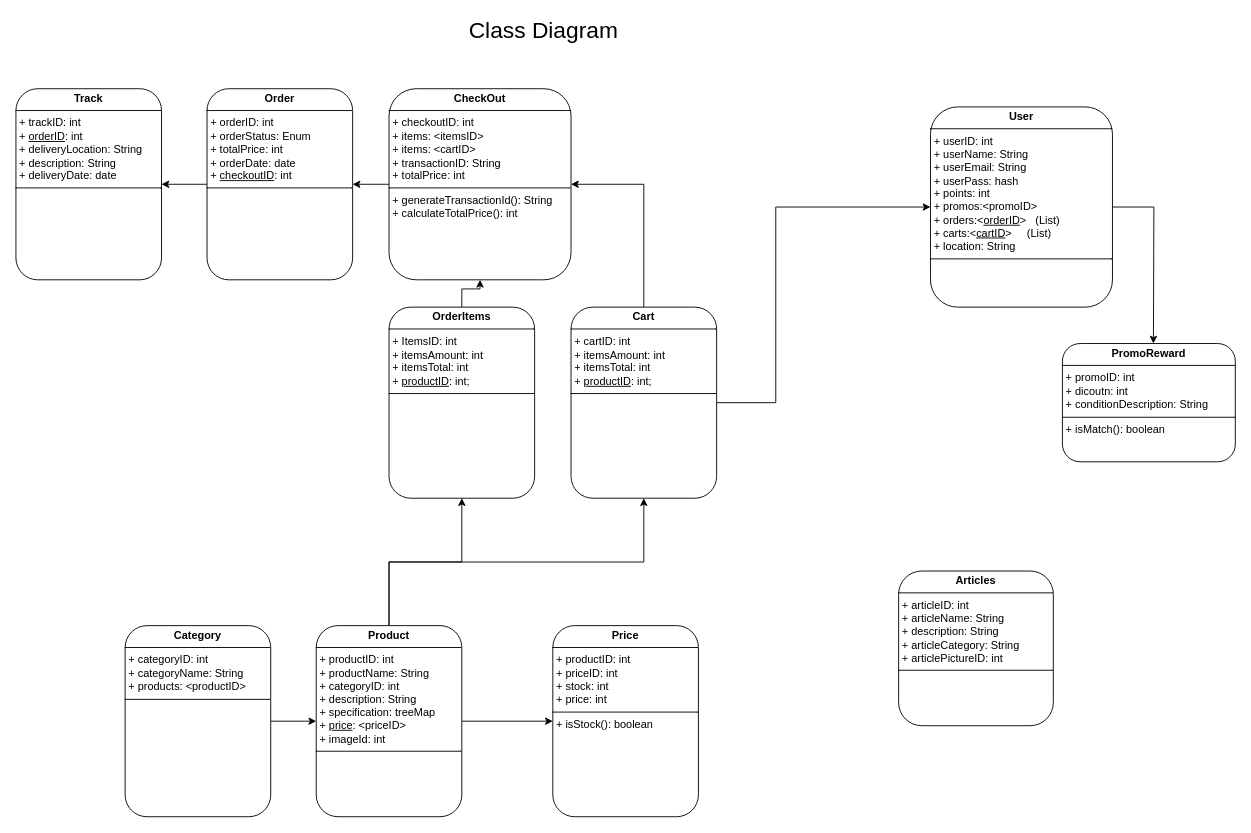
This is TaniMart Class Diagram.drawio from DevX300/TaniMart-UML, a draw.io file, before an edit. Source tidied: cells renumbered, new cells numbered last; positions are measured from the earlier drawing's top-left corner, leaving out a move shared by most shapes. Both pictures are drawn from the tidied source at 91%, with x=0, y=0 at pixel (15, 15).
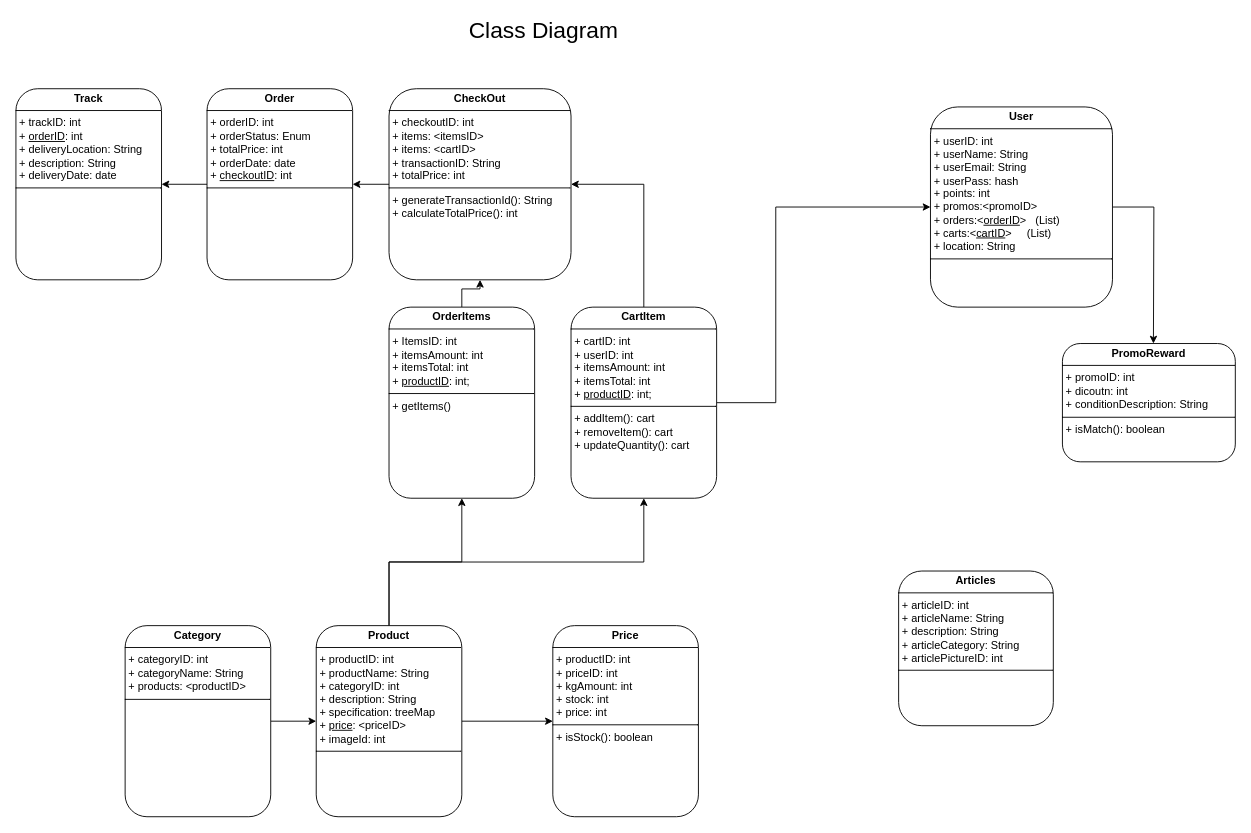
The same page after the edit.

Change to the diagram source:
```diff
@@
-    <mxCell id="15" value="&lt;p style=&quot;margin:0px;margin-top:4px;text-align:center;&quot;&gt;&lt;b&gt;Price&lt;/b&gt;&lt;/p&gt;&lt;hr size=&quot;1&quot; style=&quot;border-style:solid;&quot;&gt;&lt;p style=&quot;margin:0px;margin-left:4px;&quot;&gt;+ productID: int&lt;/p&gt;&lt;p style=&quot;margin:0px;margin-left:4px;&quot;&gt;+ priceID: int&lt;br&gt;&lt;/p&gt;&lt;p style=&quot;margin:0px;margin-left:4px;&quot;&gt;+ stock: int&lt;/p&gt;&lt;p style=&quot;margin:0px;margin-left:4px;&quot;&gt;+ price: int&lt;/p&gt;&lt;hr size=&quot;1&quot; style=&quot;border-style:solid;&quot;&gt;&lt;p style=&quot;margin:0px;margin-left:4px;&quot;&gt;+ isStock(): boolean&lt;/p&gt;" style="verticalAlign=top;align=left;overflow=fill;html=1;whiteSpace=wrap;rounded=1;" parent="1" vertex="1">
+    <mxCell id="15" value="&lt;p style=&quot;margin:0px;margin-top:4px;text-align:center;&quot;&gt;&lt;b&gt;Price&lt;/b&gt;&lt;/p&gt;&lt;hr size=&quot;1&quot; style=&quot;border-style:solid;&quot;&gt;&lt;p style=&quot;margin:0px;margin-left:4px;&quot;&gt;+ productID: int&lt;/p&gt;&lt;p style=&quot;margin:0px;margin-left:4px;&quot;&gt;+ priceID: int&lt;br&gt;&lt;/p&gt;&lt;p style=&quot;margin:0px;margin-left:4px;&quot;&gt;+ kgAmount: int&lt;/p&gt;&lt;p style=&quot;margin:0px;margin-left:4px;&quot;&gt;+ stock: int&lt;/p&gt;&lt;p style=&quot;margin:0px;margin-left:4px;&quot;&gt;+ price: int&lt;/p&gt;&lt;hr size=&quot;1&quot; style=&quot;border-style:solid;&quot;&gt;&lt;p style=&quot;margin:0px;margin-left:4px;&quot;&gt;+ isStock(): boolean&lt;/p&gt;" style="verticalAlign=top;align=left;overflow=fill;html=1;whiteSpace=wrap;rounded=1;" parent="1" vertex="1">
       <mxGeometry x="590" y="670" width="160" height="210" as="geometry" />
     </mxCell>
@@
-    <mxCell id="17" value="&lt;p style=&quot;margin:0px;margin-top:4px;text-align:center;&quot;&gt;&lt;b&gt;OrderItems&lt;/b&gt;&lt;/p&gt;&lt;hr size=&quot;1&quot; style=&quot;border-style:solid;&quot;&gt;&lt;p style=&quot;margin:0px;margin-left:4px;&quot;&gt;&lt;span style=&quot;background-color: transparent; color: light-dark(rgb(0, 0, 0), rgb(255, 255, 255));&quot;&gt;+ ItemsID: int&lt;/span&gt;&lt;/p&gt;&lt;p style=&quot;margin:0px;margin-left:4px;&quot;&gt;&lt;span style=&quot;background-color: transparent; color: light-dark(rgb(0, 0, 0), rgb(255, 255, 255));&quot;&gt;+ itemsAmount: int&lt;/span&gt;&lt;/p&gt;&lt;p style=&quot;margin:0px;margin-left:4px;&quot;&gt;&lt;span style=&quot;background-color: transparent; color: light-dark(rgb(0, 0, 0), rgb(255, 255, 255));&quot;&gt;+ itemsTotal: int&lt;/span&gt;&lt;/p&gt;&lt;p style=&quot;margin:0px;margin-left:4px;&quot;&gt;&lt;span style=&quot;background-color: transparent; color: light-dark(rgb(0, 0, 0), rgb(255, 255, 255));&quot;&gt;+ &lt;u&gt;productID&lt;/u&gt;: int;&lt;/span&gt;&lt;/p&gt;&lt;hr size=&quot;1&quot; style=&quot;border-style:solid;&quot;&gt;&lt;p style=&quot;margin:0px;margin-left:4px;&quot;&gt;&lt;br&gt;&lt;/p&gt;" style="verticalAlign=top;align=left;overflow=fill;html=1;whiteSpace=wrap;rounded=1;" parent="1" vertex="1">
+    <mxCell id="17" value="&lt;p style=&quot;margin:0px;margin-top:4px;text-align:center;&quot;&gt;&lt;b&gt;OrderItems&lt;/b&gt;&lt;/p&gt;&lt;hr size=&quot;1&quot; style=&quot;border-style:solid;&quot;&gt;&lt;p style=&quot;margin:0px;margin-left:4px;&quot;&gt;&lt;span style=&quot;background-color: transparent; color: light-dark(rgb(0, 0, 0), rgb(255, 255, 255));&quot;&gt;+ ItemsID: int&lt;/span&gt;&lt;/p&gt;&lt;p style=&quot;margin:0px;margin-left:4px;&quot;&gt;&lt;span style=&quot;background-color: transparent; color: light-dark(rgb(0, 0, 0), rgb(255, 255, 255));&quot;&gt;+ itemsAmount: int&lt;/span&gt;&lt;/p&gt;&lt;p style=&quot;margin:0px;margin-left:4px;&quot;&gt;&lt;span style=&quot;background-color: transparent; color: light-dark(rgb(0, 0, 0), rgb(255, 255, 255));&quot;&gt;+ itemsTotal: int&lt;/span&gt;&lt;/p&gt;&lt;p style=&quot;margin:0px;margin-left:4px;&quot;&gt;&lt;span style=&quot;background-color: transparent; color: light-dark(rgb(0, 0, 0), rgb(255, 255, 255));&quot;&gt;+ &lt;u&gt;productID&lt;/u&gt;: int;&lt;/span&gt;&lt;/p&gt;&lt;hr size=&quot;1&quot; style=&quot;border-style:solid;&quot;&gt;&lt;p style=&quot;margin:0px;margin-left:4px;&quot;&gt;+ getItems()&lt;/p&gt;" style="verticalAlign=top;align=left;overflow=fill;html=1;whiteSpace=wrap;rounded=1;" parent="1" vertex="1">
       <mxGeometry x="410" y="320" width="160" height="210" as="geometry" />
     </mxCell>
@@
-    <mxCell id="20" value="&lt;p style=&quot;margin:0px;margin-top:4px;text-align:center;&quot;&gt;&lt;b&gt;Cart&lt;/b&gt;&lt;/p&gt;&lt;hr size=&quot;1&quot; style=&quot;border-style:solid;&quot;&gt;&lt;p style=&quot;margin:0px;margin-left:4px;&quot;&gt;&lt;span style=&quot;background-color: transparent; color: light-dark(rgb(0, 0, 0), rgb(255, 255, 255));&quot;&gt;+ cartID: int&lt;/span&gt;&lt;/p&gt;&lt;p style=&quot;margin:0px;margin-left:4px;&quot;&gt;&lt;span style=&quot;background-color: transparent; color: light-dark(rgb(0, 0, 0), rgb(255, 255, 255));&quot;&gt;+ itemsAmount: int&lt;/span&gt;&lt;/p&gt;&lt;p style=&quot;margin:0px;margin-left:4px;&quot;&gt;&lt;span style=&quot;background-color: transparent; color: light-dark(rgb(0, 0, 0), rgb(255, 255, 255));&quot;&gt;+ itemsTotal: int&lt;/span&gt;&lt;/p&gt;&lt;p style=&quot;margin:0px;margin-left:4px;&quot;&gt;&lt;span style=&quot;background-color: transparent; color: light-dark(rgb(0, 0, 0), rgb(255, 255, 255));&quot;&gt;+ &lt;u&gt;productID&lt;/u&gt;: int;&lt;/span&gt;&lt;/p&gt;&lt;hr size=&quot;1&quot; style=&quot;border-style:solid;&quot;&gt;&lt;p style=&quot;margin:0px;margin-left:4px;&quot;&gt;&lt;br&gt;&lt;/p&gt;" style="verticalAlign=top;align=left;overflow=fill;html=1;whiteSpace=wrap;rounded=1;" parent="1" vertex="1">
+    <mxCell id="20" value="&lt;p style=&quot;margin:0px;margin-top:4px;text-align:center;&quot;&gt;&lt;b&gt;CartItem&lt;/b&gt;&lt;/p&gt;&lt;hr size=&quot;1&quot; style=&quot;border-style:solid;&quot;&gt;&lt;p style=&quot;margin:0px;margin-left:4px;&quot;&gt;&lt;span style=&quot;background-color: transparent; color: light-dark(rgb(0, 0, 0), rgb(255, 255, 255));&quot;&gt;+ cartID: int&lt;/span&gt;&lt;/p&gt;&lt;p style=&quot;margin:0px;margin-left:4px;&quot;&gt;&lt;span style=&quot;background-color: transparent; color: light-dark(rgb(0, 0, 0), rgb(255, 255, 255));&quot;&gt;+ userID: int&lt;/span&gt;&lt;/p&gt;&lt;p style=&quot;margin:0px;margin-left:4px;&quot;&gt;&lt;span style=&quot;background-color: transparent; color: light-dark(rgb(0, 0, 0), rgb(255, 255, 255));&quot;&gt;+ itemsAmount: int&lt;/span&gt;&lt;/p&gt;&lt;p style=&quot;margin:0px;margin-left:4px;&quot;&gt;&lt;span style=&quot;background-color: transparent; color: light-dark(rgb(0, 0, 0), rgb(255, 255, 255));&quot;&gt;+ itemsTotal: int&lt;/span&gt;&lt;/p&gt;&lt;p style=&quot;margin:0px;margin-left:4px;&quot;&gt;&lt;span style=&quot;background-color: transparent; color: light-dark(rgb(0, 0, 0), rgb(255, 255, 255));&quot;&gt;+ &lt;u&gt;productID&lt;/u&gt;: int;&lt;/span&gt;&lt;/p&gt;&lt;hr size=&quot;1&quot; style=&quot;border-style:solid;&quot;&gt;&lt;p style=&quot;margin:0px;margin-left:4px;&quot;&gt;+ addItem(): cart&lt;/p&gt;&lt;p style=&quot;margin:0px;margin-left:4px;&quot;&gt;+ removeItem(): cart&lt;/p&gt;&lt;p style=&quot;margin:0px;margin-left:4px;&quot;&gt;+ updateQuantity(): cart&lt;/p&gt;" style="verticalAlign=top;align=left;overflow=fill;html=1;whiteSpace=wrap;rounded=1;" parent="1" vertex="1">
       <mxGeometry x="610" y="320" width="160" height="210" as="geometry" />
     </mxCell>
```
